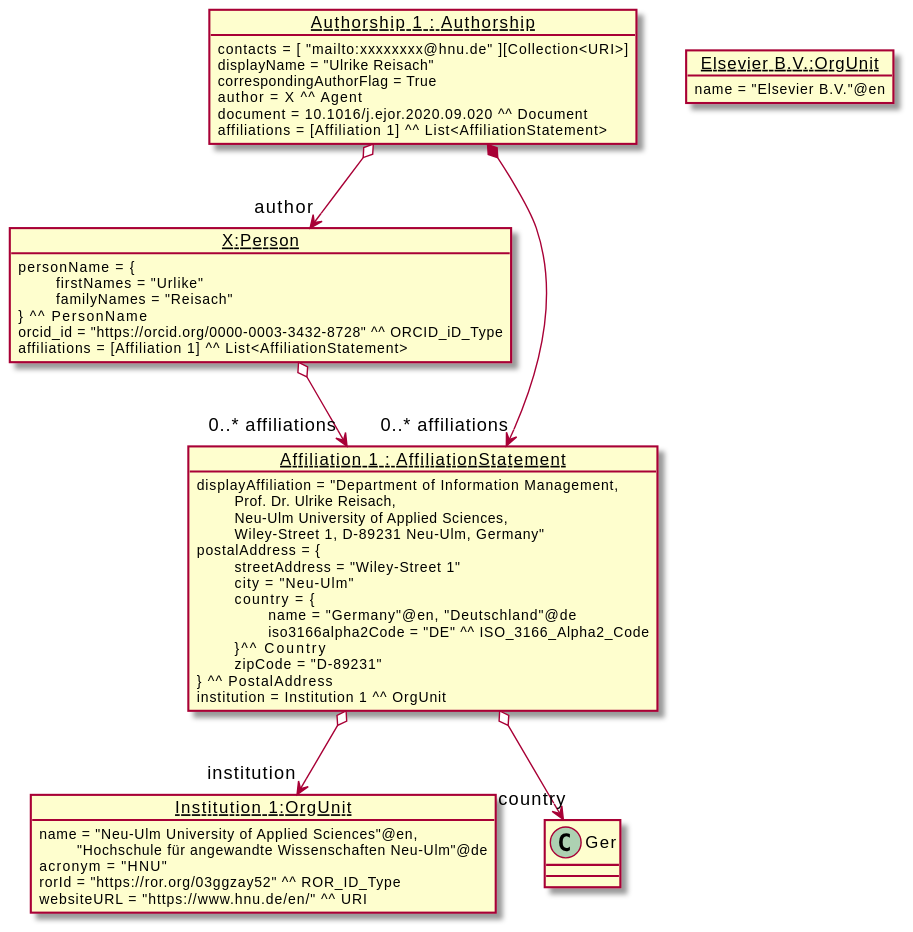
Earlier version of the PlantUML export diagrams/example.svg (EuroCRIS/CERIF-Core).
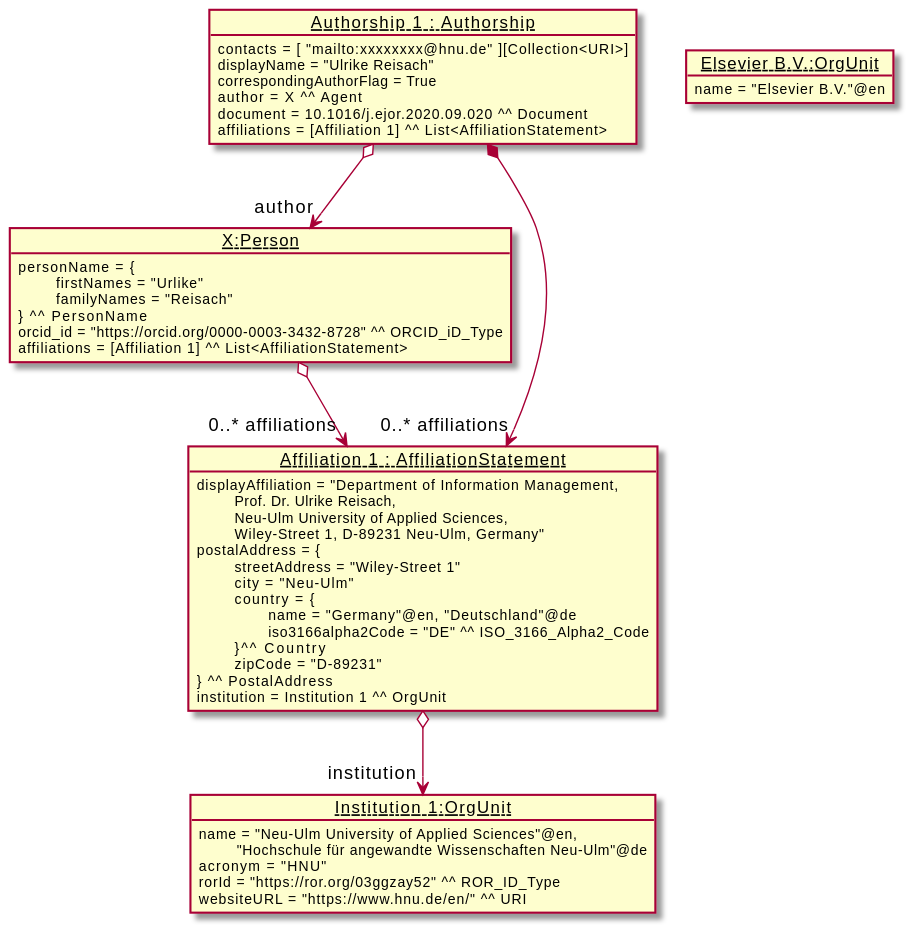
The same diagram one commit later.

The edit, as a diff of the source:
```diff
@@ -64,7 +64,6 @@
 
     !startsub affiliations
     Aff1 o--> "institution" Ins1
-    Aff1 o--> "country" Ger
     X o--> "0..* affiliations" Aff1
     !endsub
 
```
